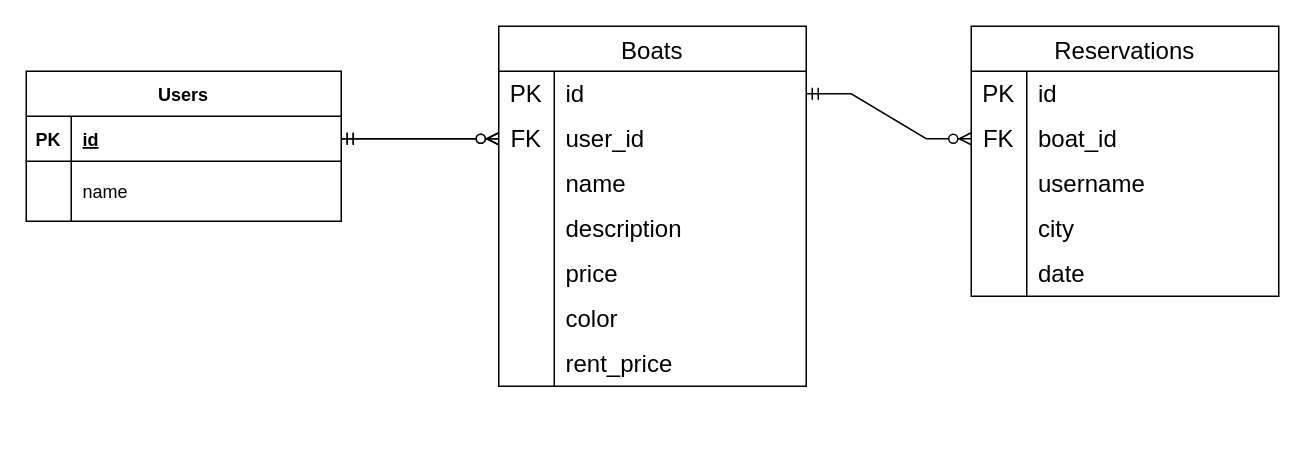
Before: Diagrama sin título.drawio in Felipe-Perez-Ferraro/hello-rails-backend, a draw.io diagram. Source tidied: cells renumbered, new cells numbered last; positions are measured from the earlier drawing's top-left corner, leaving out a move shared by most shapes. Both pictures are drawn from the tidied source at 150%, with x=0, y=0 at pixel (26, 26).
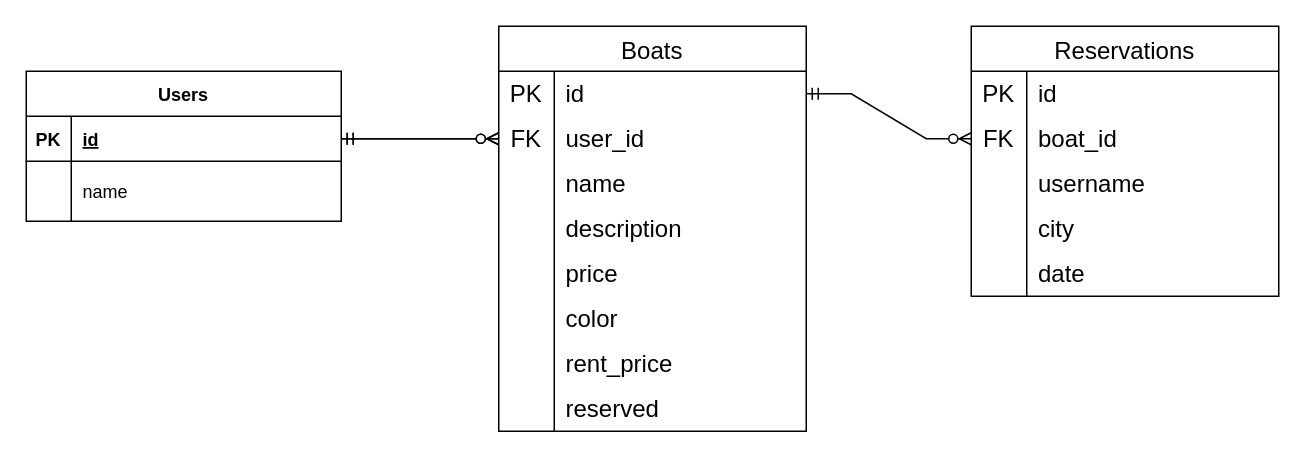
The same page after the edit.

Change to the diagram source:
```diff
@@
     <mxCell id="9" value="Boats" style="shape=table;startSize=30;childLayout=tableLayout;rowLines=0;fontStyle=0;strokeColor=default;fontSize=16;" parent="1" vertex="1">
-      <mxGeometry x="315" width="205" height="240" as="geometry" />
+      <mxGeometry x="315" width="205" height="270" as="geometry" />
     </mxCell>
@@
+    <mxCell id="50" style="shape=tableRow;horizontal=0;startSize=0;swimlaneHead=0;swimlaneBody=0;top=0;left=0;bottom=0;right=0;fillColor=none;strokeColor=inherit;fontSize=16;" parent="9" vertex="1">
+      <mxGeometry y="240" width="205" height="30" as="geometry" />
+    </mxCell>
+    <mxCell id="51" style="shape=partialRectangle;html=1;whiteSpace=wrap;fillColor=none;top=0;left=0;bottom=0;right=0;overflow=hidden;strokeColor=inherit;fontSize=16;" parent="50" vertex="1">
+      <mxGeometry width="37" height="30" as="geometry" />
+    </mxCell>
+    <mxCell id="52" value="reserved" style="shape=partialRectangle;html=1;whiteSpace=wrap;fillColor=none;top=0;left=0;bottom=0;right=0;align=left;spacingLeft=6;overflow=hidden;strokeColor=inherit;fontSize=16;" parent="50" vertex="1">
+      <mxGeometry x="37" width="168" height="30" as="geometry" />
+    </mxCell>
```
